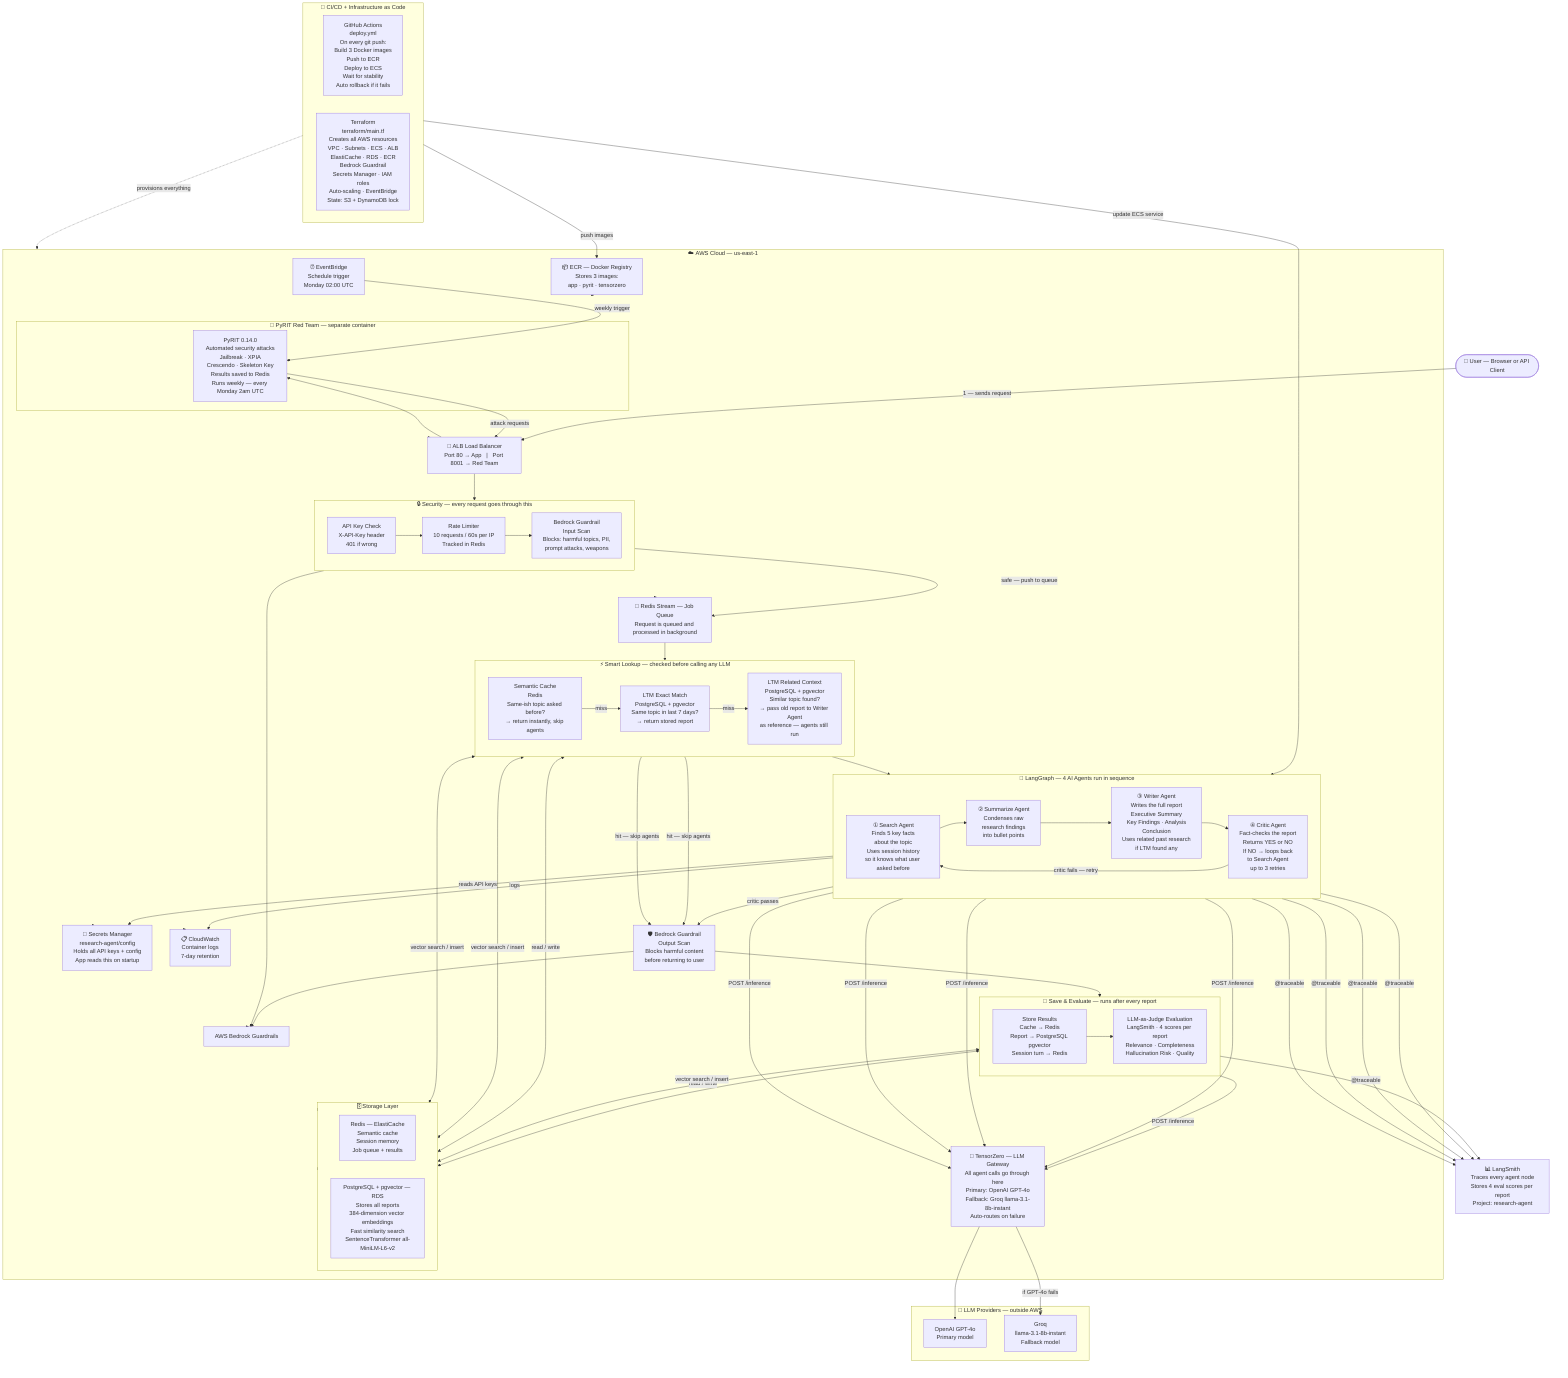
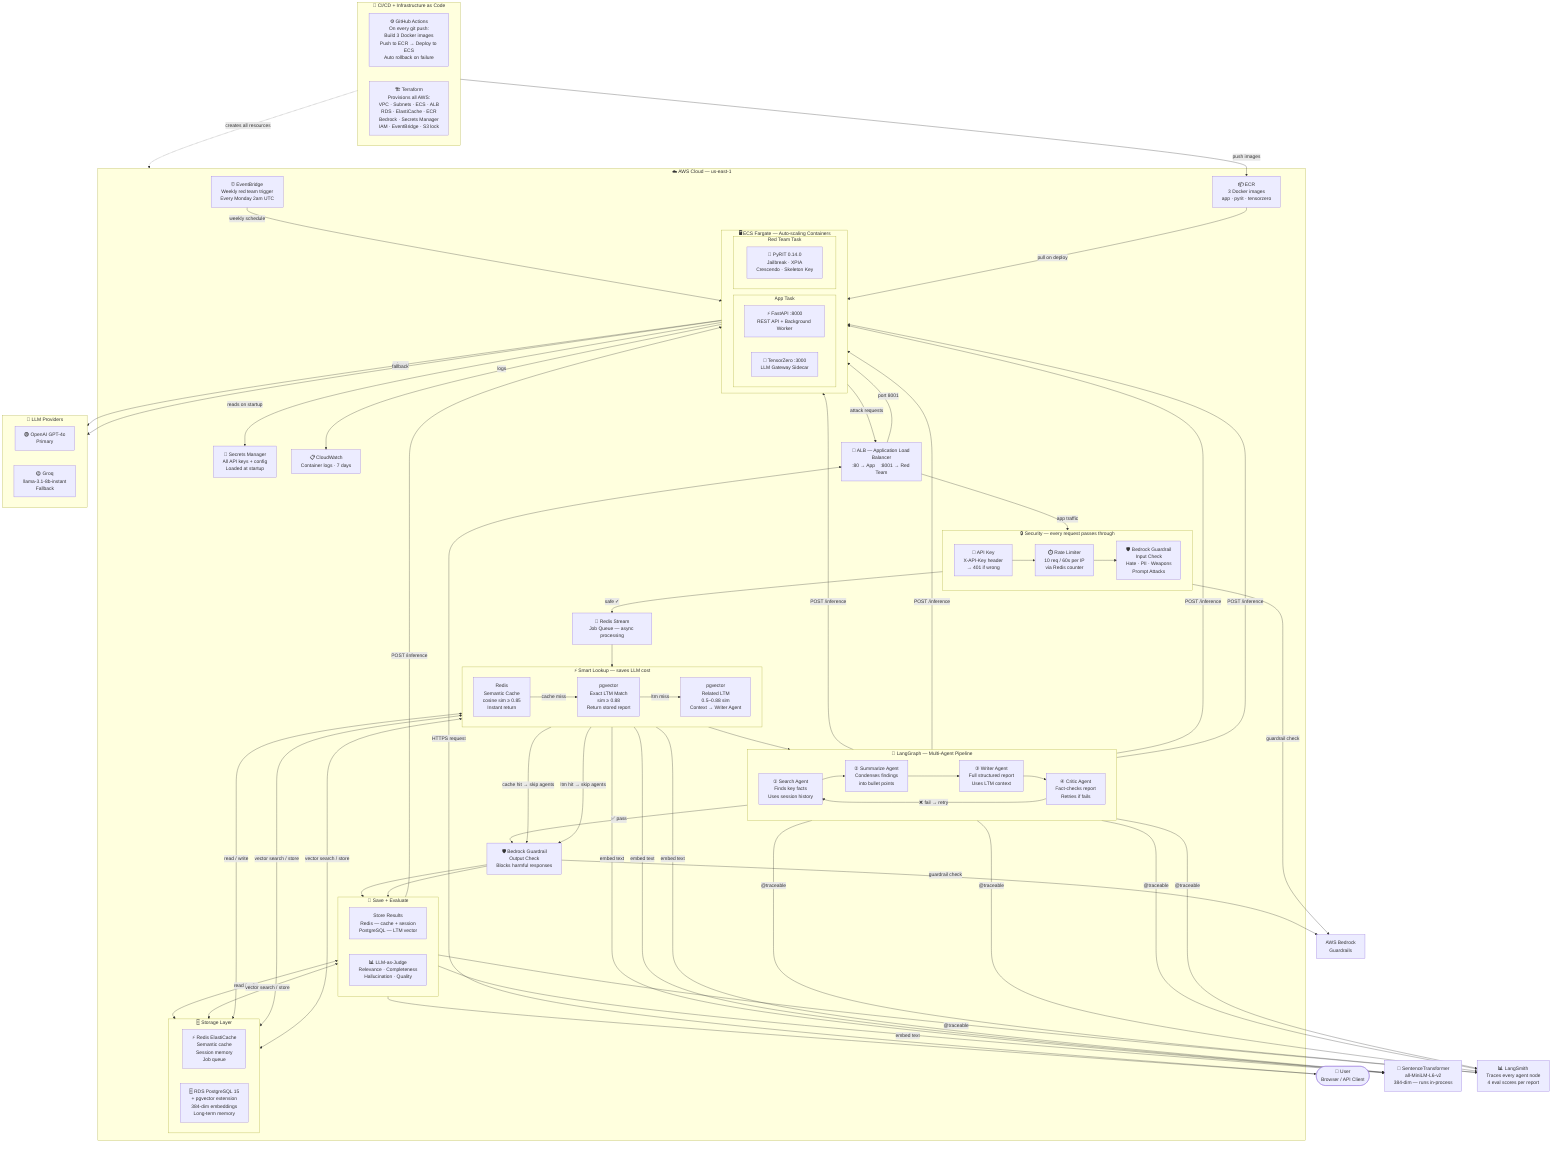
flowchart TD

-     User(["👤 User — Browser or API Client"])
+     User(["👤 User\nBrowser / API Client"])

    subgraph AWS["☁️ AWS Cloud — us-east-1"]

-         ALB["🔀 ALB Load Balancer\nPort 80 → App   |   Port 8001 → Red Team"]
+         ALB["🔀 ALB — Application Load Balancer\n:80 → App    :8001 → Red Team"]

-         subgraph Security["🔒 Security — every request goes through this"]
+         subgraph ECS["🖥️ ECS Fargate — Auto-scaling Containers"]
            direction LR
-             Auth["API Key Check\nX-API-Key header\n401 if wrong"]
-             Rate["Rate Limiter\n10 requests / 60s per IP\nTracked in Redis"]
-             GIn["Bedrock Guardrail\nInput Scan\nBlocks: harmful topics, PII,\nprompt attacks, weapons"]
+ 
+             subgraph AppTask["App Task"]
+                 API["⚡ FastAPI :8000\nREST API + Background Worker"]
+                 TZ["🔀 TensorZero :3000\nLLM Gateway Sidecar"]
+             end
+ 
+             subgraph RedTask["Red Team Task"]
+                 PyRIT["🔴 PyRIT 0.14.0\nJailbreak · XPIA\nCrescendo · Skeleton Key"]
+             end
        end

-         Queue["📨 Redis Stream — Job Queue\nRequest is queued and processed in background"]
- 
-         subgraph SmartCache["⚡ Smart Lookup — checked before calling any LLM"]
+         subgraph SecLayer["🔒 Security — every request passes through"]
            direction LR
-             Cache["Semantic Cache\nRedis\nSame-ish topic asked before?\n→ return instantly, skip agents"]
-             LTMExact["LTM Exact Match\nPostgreSQL + pgvector\nSame topic in last 7 days?\n→ return stored report"]
-             LTMRelated["LTM Related Context\nPostgreSQL + pgvector\nSimilar topic found?\n→ pass old report to Writer Agent\nas reference — agents still run"]
+             Auth["🔑 API Key\nX-API-Key header\n→ 401 if wrong"]
+             RateL["⏱️ Rate Limiter\n10 req / 60s per IP\nvia Redis counter"]
+             GIn["🛡️ Bedrock Guardrail\nInput Check\nHate · PII · Weapons\nPrompt Attacks"]
        end

-         subgraph LangGraph["🤖 LangGraph — 4 AI Agents run in sequence"]
+         Queue["📨 Redis Stream\nJob Queue — async processing"]
+ 
+         subgraph SmartLookup["⚡ Smart Lookup — saves LLM cost"]
            direction LR
-             S1["① Search Agent\nFinds 5 key facts\nabout the topic\nUses session history\nso it knows what user asked before"]
-             S2["② Summarize Agent\nCondenses raw\nresearch findings\ninto bullet points"]
-             S3["③ Writer Agent\nWrites the full report\nExecutive Summary\nKey Findings · Analysis\nConclusion\nUses related past research\nif LTM found any"]
-             S4["④ Critic Agent\nFact-checks the report\nReturns YES or NO\nIf NO → loops back\nto Search Agent\nup to 3 retries"]
+             SC["Redis\nSemantic Cache\ncosine sim ≥ 0.85\nInstant return"]
+             LTM1["pgvector\nExact LTM Match\nsim ≥ 0.88\nReturn stored report"]
+             LTM2["pgvector\nRelated LTM\n0.5–0.88 sim\nContext → Writer Agent"]
        end

-         TZ["🔀 TensorZero — LLM Gateway\nAll agent calls go through here\nPrimary: OpenAI GPT-4o\nFallback: Groq llama-3.1-8b-instant\nAuto-routes on failure"]
- 
-         GOut["🛡️ Bedrock Guardrail\nOutput Scan\nBlocks harmful content\nbefore returning to user"]
- 
-         subgraph Save["💾 Save & Evaluate — runs after every report"]
+         subgraph Pipeline["🤖 LangGraph — Multi-Agent Pipeline"]
            direction LR
-             Store["Store Results\nCache → Redis\nReport → PostgreSQL pgvector\nSession turn → Redis"]
-             Eval["LLM-as-Judge Evaluation\nLangSmith · 4 scores per report\nRelevance · Completeness\nHallucination Risk · Quality"]
+             A1["① Search Agent\nFinds key facts\nUses session history"]
+             A2["② Summarize Agent\nCondenses findings\ninto bullet points"]
+             A3["③ Writer Agent\nFull structured report\nUses LTM context"]
+             A4["④ Critic Agent\nFact-checks report\nRetries if fails"]
        end

-         subgraph Datastores["🗄️ Storage Layer"]
+         GOut["🛡️ Bedrock Guardrail\nOutput Check\nBlocks harmful responses"]
+ 
+         subgraph SaveEval["💾 Save + Evaluate"]
            direction LR
-             Redis["Redis — ElastiCache\nSemantic cache\nSession memory\nJob queue + results"]
-             RDS["PostgreSQL + pgvector — RDS\nStores all reports\n384-dimension vector embeddings\nFast similarity search\nSentenceTransformer all-MiniLM-L6-v2"]
+             Save["Store Results\nRedis — cache + session\nPostgreSQL — LTM vector"]
+             Eval["📊 LLM-as-Judge\nRelevance · Completeness\nHallucination · Quality"]
        end

-         subgraph RedTeam["🔴 PyRIT Red Team — separate container"]
-             PyRIT["PyRIT 0.14.0\nAutomated security attacks\nJailbreak · XPIA\nCrescendo · Skeleton Key\nResults saved to Redis\nRuns weekly — every Monday 2am UTC"]
+         subgraph DataLayer["🗄️ Storage Layer"]
+             direction LR
+             Redis["⚡ Redis ElastiCache\nSemantic cache\nSession memory\nJob queue"]
+             RDS["🗄️ RDS PostgreSQL 15\n+ pgvector extension\n384-dim embeddings\nLong-term memory"]
        end

-         Secrets["🔐 Secrets Manager\nresearch-agent/config\nHolds all API keys + config\nApp reads this on startup"]
-         ECR["📦 ECR — Docker Registry\nStores 3 images:\napp · pyrit · tensorzero"]
-         CW["📋 CloudWatch\nContainer logs\n7-day retention"]
-         EB["⏰ EventBridge\nSchedule trigger\nMonday 02:00 UTC"]
-         Bedrock["AWS Bedrock Guardrails"]
+         Secrets["🔐 Secrets Manager\nAll API keys + config\nLoaded at startup"]
+         ECR["📦 ECR\n3 Docker images\napp · pyrit · tensorzero"]
+         CW["📋 CloudWatch\nContainer logs · 7 days"]
+         EB["⏰ EventBridge\nWeekly red team trigger\nEvery Monday 2am UTC"]

    end

-     subgraph LLMs["🧠 LLM Providers — outside AWS"]
-         GPT4o["OpenAI GPT-4o\nPrimary model"]
-         Groq["Groq\nllama-3.1-8b-instant\nFallback model"]
+     subgraph LLMs["🧠 LLM Providers"]
+         direction LR
+         GPT["🟢 OpenAI GPT-4o\nPrimary"]
+         Groq["🟡 Groq\nllama-3.1-8b-instant\nFallback"]
    end

-     LangSmith["📊 LangSmith\nTraces every agent node\nStores 4 eval scores per report\nProject: research-agent"]
+     ST["🔢 SentenceTransformer\nall-MiniLM-L6-v2\n384-dim — runs in-process"]
+     LS["📊 LangSmith\nTraces every agent node\n4 eval scores per report"]

    subgraph CICD["🔄 CI/CD + Infrastructure as Code"]
        direction LR
-         GH["GitHub Actions\ndeploy.yml\nOn every git push:\nBuild 3 Docker images\nPush to ECR\nDeploy to ECS\nWait for stability\nAuto rollback if it fails"]
-         TF["Terraform\nterraform/main.tf\nCreates all AWS resources\nVPC · Subnets · ECS · ALB\nElastiCache · RDS · ECR\nBedrock Guardrail\nSecrets Manager · IAM roles\nAuto-scaling · EventBridge\nState: S3 + DynamoDB lock"]
+         GH["⚙️ GitHub Actions\nOn every git push:\nBuild 3 Docker images\nPush to ECR → Deploy to ECS\nAuto rollback on failure"]
+         TF["🏗️ Terraform\nProvisions all AWS:\nVPC · Subnets · ECS · ALB\nRDS · ElastiCache · ECR\nBedrock · Secrets Manager\nIAM · EventBridge · S3 lock"]
    end

-     %% ── Main Request Flow ──────────────────────────────────
-     User -->|"1 — sends request"| ALB
-     ALB --> Auth --> Rate --> GIn
-     GIn -->|"safe — push to queue"| Queue
-     Queue --> Cache
-     Cache -->|"miss"| LTMExact
-     LTMExact -->|"miss"| LTMRelated
-     LTMRelated --> S1 --> S2 --> S3 --> S4
-     S4 -->|"critic fails — retry"| S1
-     S4 -->|"critic passes"| GOut
-     Cache -->|"hit — skip agents"| GOut
-     LTMExact -->|"hit — skip agents"| GOut
-     GOut --> Store --> Eval
+     %% ── Entry flow ────────────────────────────────────────────
+     User -->|"HTTPS request"| ALB
+     ALB -->|"app traffic"| Auth
+     Auth --> RateL --> GIn
+     GIn -->|"safe ✓"| Queue

-     %% ── LLM Calls ──────────────────────────────────────────
-     S1 & S2 & S3 & S4 & Eval -->|"POST /inference"| TZ
-     TZ --> GPT4o
-     TZ -->|"if GPT-4o fails"| Groq
+     %% ── Smart lookup ──────────────────────────────────────────
+     Queue --> SC
+     SC -->|"cache miss"| LTM1
+     LTM1 -->|"ltm miss"| LTM2
+     SC -->|"cache hit → skip agents"| GOut
+     LTM1 -->|"ltm hit → skip agents"| GOut

-     %% ── Storage Read/Write ─────────────────────────────────
-     Cache & Store <-->|"read / write"| Redis
-     LTMExact & LTMRelated & Store <-->|"vector search / insert"| RDS
-     GIn & GOut --> Bedrock
+     %% ── Agent pipeline ────────────────────────────────────────
+     LTM2 --> A1 --> A2 --> A3 --> A4
+     A4 -->|"❌ fail → retry"| A1
+     A4 -->|"✅ pass"| GOut

-     %% ── Observability ──────────────────────────────────────
-     S1 & S2 & S3 & S4 & Eval -->|"@traceable"| LangSmith
+     %% ── Output + save ─────────────────────────────────────────
+     GOut --> Save
+     GOut --> Eval
+     Save --> User

-     %% ── Red Team ───────────────────────────────────────────
-     ALB --> PyRIT
+     %% ── LLM routing ───────────────────────────────────────────
+     A1 & A2 & A3 & A4 & Eval -->|"POST /inference"| TZ
+     TZ -->|"primary"| GPT
+     TZ -->|"fallback"| Groq
+ 
+     %% ── Embeddings ────────────────────────────────────────────
+     SC & LTM1 & LTM2 & Save -->|"embed text"| ST
+ 
+     %% ── Storage ───────────────────────────────────────────────
+     SC & Save <-->|"read / write"| Redis
+     LTM1 & LTM2 & Save <-->|"vector search / store"| RDS
+ 
+     %% ── Safety ────────────────────────────────────────────────
+     GIn & GOut -->|"guardrail check"| Bedrock_svc["AWS Bedrock\nGuardrails"]
+ 
+     %% ── Observability ─────────────────────────────────────────
+     A1 & A2 & A3 & A4 & Eval -->|"@traceable"| LS
+ 
+     %% ── Red Team ──────────────────────────────────────────────
+     ALB -->|"port 8001"| PyRIT
    PyRIT -->|"attack requests"| ALB
-     EB -->|"weekly trigger"| PyRIT
+     EB -->|"weekly schedule"| PyRIT

-     %% ── Infra ──────────────────────────────────────────────
-     ALB & Queue & Redis & RDS & Bedrock & Secrets & ECR & CW & EB --> AWS
+     %% ── Infra ─────────────────────────────────────────────────
+     API -->|"reads on startup"| Secrets
    GH -->|"push images"| ECR
-     GH -->|"update ECS service"| LangGraph
-     TF -.->|"provisions everything"| AWS
-     LangGraph -->|"logs"| CW
-     LangGraph -->|"reads API keys"| Secrets
+     ECR -->|"pull on deploy"| ECS
+     ECS -->|"logs"| CW
+     TF -.->|"creates all resources"| AWS
